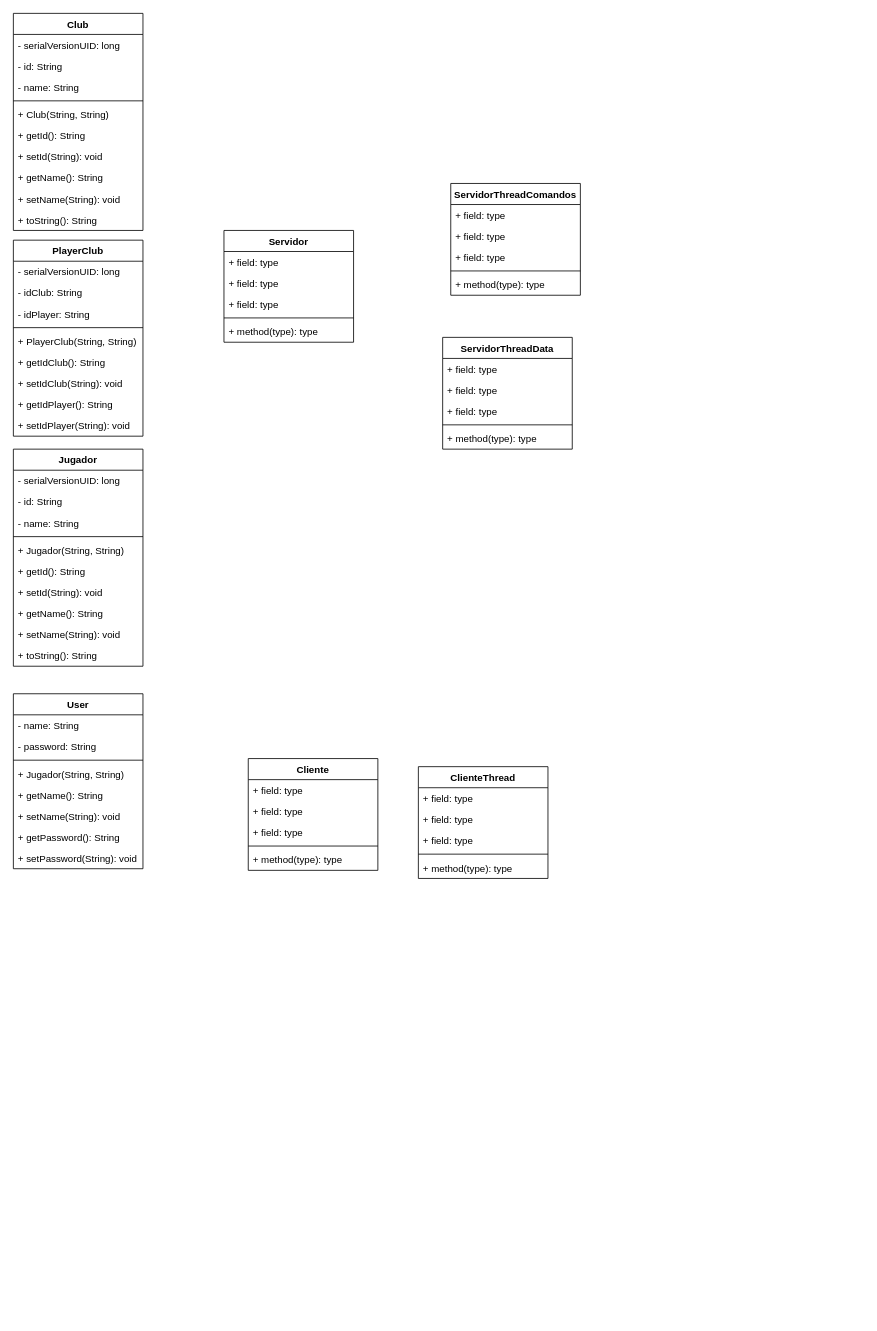
The draw.io diagram GestorDeClubs.drawio in pavlorudak/UML-GestorDeClubes, before the edit. Source tidied: cells renumbered, new cells numbered last; positions are measured from the earlier drawing's top-left corner, leaving out a move shared by most shapes. Both pictures are drawn from the tidied source at 81%, with x=0, y=0 at pixel (13, 13).
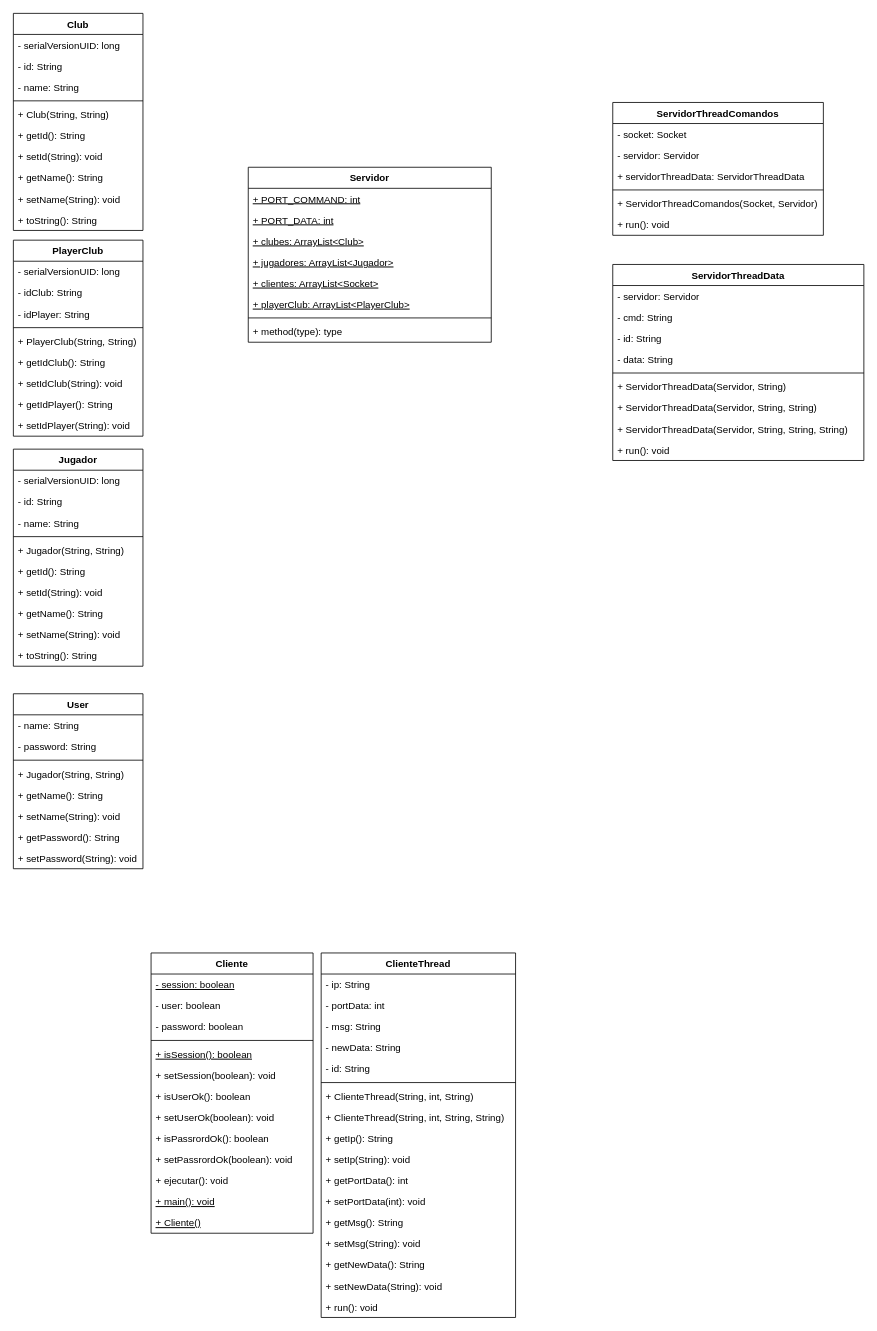
After the change.

Change to the diagram source:
```diff
@@
     <mxCell id="43" value="Servidor" style="swimlane;fontStyle=1;align=center;verticalAlign=top;horizontal=1;startSize=26;" parent="1" vertex="1">
-      <mxGeometry x="260" y="268" width="160" height="138" as="geometry" />
+      <mxGeometry x="290" y="190" width="300" height="216" as="geometry" />
     </mxCell>
-    <mxCell id="44" value="+ field: type" style="text;strokeColor=none;fillColor=none;align=left;verticalAlign=top;spacingLeft=4;spacingRight=4;overflow=hidden;" parent="43" vertex="1">
-      <mxGeometry y="26" width="160" height="26" as="geometry" />
+    <mxCell id="44" value="+ PORT_COMMAND: int" style="text;strokeColor=none;fillColor=none;align=left;verticalAlign=top;spacingLeft=4;spacingRight=4;overflow=hidden;fontStyle=4;" parent="43" vertex="1">
+      <mxGeometry y="26" width="300" height="26" as="geometry" />
     </mxCell>
-    <mxCell id="45" value="+ field: type" style="text;strokeColor=none;fillColor=none;align=left;verticalAlign=top;spacingLeft=4;spacingRight=4;overflow=hidden;" parent="43" vertex="1">
-      <mxGeometry y="52" width="160" height="26" as="geometry" />
+    <mxCell id="45" value="+ PORT_DATA: int" style="text;strokeColor=none;fillColor=none;align=left;verticalAlign=top;spacingLeft=4;spacingRight=4;overflow=hidden;fontStyle=4;" parent="43" vertex="1">
+      <mxGeometry y="52" width="300" height="26" as="geometry" />
     </mxCell>
-    <mxCell id="46" value="+ field: type" style="text;strokeColor=none;fillColor=none;align=left;verticalAlign=top;spacingLeft=4;spacingRight=4;overflow=hidden;" parent="43" vertex="1">
-      <mxGeometry y="78" width="160" height="26" as="geometry" />
+    <mxCell id="46" value="+ clubes: ArrayList&lt;Club&gt;" style="text;strokeColor=none;fillColor=none;align=left;verticalAlign=top;spacingLeft=4;spacingRight=4;overflow=hidden;fontStyle=4;" parent="43" vertex="1">
+      <mxGeometry y="78" width="300" height="26" as="geometry" />
     </mxCell>
+    <mxCell id="73" value="+ jugadores: ArrayList&lt;Jugador&gt;" style="text;strokeColor=none;fillColor=none;align=left;verticalAlign=top;spacingLeft=4;spacingRight=4;overflow=hidden;fontStyle=4;" parent="43" vertex="1">
+      <mxGeometry y="104" width="300" height="26" as="geometry" />
+    </mxCell>
+    <mxCell id="74" value="+ clientes: ArrayList&lt;Socket&gt;" style="text;strokeColor=none;fillColor=none;align=left;verticalAlign=top;spacingLeft=4;spacingRight=4;overflow=hidden;fontStyle=4;" parent="43" vertex="1">
+      <mxGeometry y="130" width="300" height="26" as="geometry" />
+    </mxCell>
+    <mxCell id="75" value="+ playerClub: ArrayList&lt;PlayerClub&gt;" style="text;strokeColor=none;fillColor=none;align=left;verticalAlign=top;spacingLeft=4;spacingRight=4;overflow=hidden;fontStyle=4;" parent="43" vertex="1">
+      <mxGeometry y="156" width="300" height="26" as="geometry" />
+    </mxCell>
     <mxCell id="47" style="line;strokeWidth=1;fillColor=none;align=left;verticalAlign=middle;spacingTop=-1;spacingLeft=3;spacingRight=3;labelPosition=right;strokeColor=inherit;" parent="43" vertex="1">
-      <mxGeometry y="104" width="160" height="8" as="geometry" />
+      <mxGeometry y="182" width="300" height="8" as="geometry" />
     </mxCell>
     <mxCell id="48" value="+ method(type): type" style="text;strokeColor=none;fillColor=none;align=left;verticalAlign=top;spacingLeft=4;spacingRight=4;overflow=hidden;" parent="43" vertex="1">
-      <mxGeometry y="112" width="160" height="26" as="geometry" />
+      <mxGeometry y="190" width="300" height="26" as="geometry" />
     </mxCell>
     <mxCell id="49" value="Cliente" style="swimlane;fontStyle=1;align=center;verticalAlign=top;horizontal=1;startSize=26;" parent="1" vertex="1">
-      <mxGeometry x="290" y="920" width="160" height="138" as="geometry" />
+      <mxGeometry x="170" y="1160" width="200" height="346" as="geometry" />
     </mxCell>
-    <mxCell id="50" value="+ field: type" style="text;strokeColor=none;fillColor=none;align=left;verticalAlign=top;spacingLeft=4;spacingRight=4;overflow=hidden;" parent="49" vertex="1">
-      <mxGeometry y="26" width="160" height="26" as="geometry" />
+    <mxCell id="50" value="- session: boolean" style="text;strokeColor=none;fillColor=none;align=left;verticalAlign=top;spacingLeft=4;spacingRight=4;overflow=hidden;fontStyle=4;" parent="49" vertex="1">
+      <mxGeometry y="26" width="200" height="26" as="geometry" />
     </mxCell>
-    <mxCell id="51" value="+ field: type" style="text;strokeColor=none;fillColor=none;align=left;verticalAlign=top;spacingLeft=4;spacingRight=4;overflow=hidden;" parent="49" vertex="1">
-      <mxGeometry y="52" width="160" height="26" as="geometry" />
+    <mxCell id="51" value="- user: boolean" style="text;strokeColor=none;fillColor=none;align=left;verticalAlign=top;spacingLeft=4;spacingRight=4;overflow=hidden;" parent="49" vertex="1">
+      <mxGeometry y="52" width="200" height="26" as="geometry" />
     </mxCell>
-    <mxCell id="52" value="+ field: type" style="text;strokeColor=none;fillColor=none;align=left;verticalAlign=top;spacingLeft=4;spacingRight=4;overflow=hidden;" parent="49" vertex="1">
-      <mxGeometry y="78" width="160" height="26" as="geometry" />
+    <mxCell id="52" value="- password: boolean" style="text;strokeColor=none;fillColor=none;align=left;verticalAlign=top;spacingLeft=4;spacingRight=4;overflow=hidden;" parent="49" vertex="1">
+      <mxGeometry y="78" width="200" height="26" as="geometry" />
     </mxCell>
     <mxCell id="53" style="line;strokeWidth=1;fillColor=none;align=left;verticalAlign=middle;spacingTop=-1;spacingLeft=3;spacingRight=3;labelPosition=right;strokeColor=inherit;" parent="49" vertex="1">
-      <mxGeometry y="104" width="160" height="8" as="geometry" />
+      <mxGeometry y="104" width="200" height="8" as="geometry" />
     </mxCell>
+    <mxCell id="76" value="+ isSession(): boolean" style="text;strokeColor=none;fillColor=none;align=left;verticalAlign=top;spacingLeft=4;spacingRight=4;overflow=hidden;fontStyle=4;" parent="49" vertex="1">
+      <mxGeometry y="112" width="200" height="26" as="geometry" />
+    </mxCell>
+    <mxCell id="77" value="+ setSession(boolean): void" style="text;strokeColor=none;fillColor=none;align=left;verticalAlign=top;spacingLeft=4;spacingRight=4;overflow=hidden;" parent="49" vertex="1">
+      <mxGeometry y="138" width="200" height="26" as="geometry" />
+    </mxCell>
+    <mxCell id="78" value="+ isUserOk(): boolean" style="text;strokeColor=none;fillColor=none;align=left;verticalAlign=top;spacingLeft=4;spacingRight=4;overflow=hidden;" parent="49" vertex="1">
+      <mxGeometry y="164" width="200" height="26" as="geometry" />
+    </mxCell>
+    <mxCell id="79" value="+ setUserOk(boolean): void" style="text;strokeColor=none;fillColor=none;align=left;verticalAlign=top;spacingLeft=4;spacingRight=4;overflow=hidden;" parent="49" vertex="1">
+      <mxGeometry y="190" width="200" height="26" as="geometry" />
+    </mxCell>
+    <mxCell id="80" value="+ isPassrordOk(): boolean" style="text;strokeColor=none;fillColor=none;align=left;verticalAlign=top;spacingLeft=4;spacingRight=4;overflow=hidden;" parent="49" vertex="1">
+      <mxGeometry y="216" width="200" height="26" as="geometry" />
+    </mxCell>
+    <mxCell id="81" value="+ setPassrordOk(boolean): void" style="text;strokeColor=none;fillColor=none;align=left;verticalAlign=top;spacingLeft=4;spacingRight=4;overflow=hidden;" parent="49" vertex="1">
+      <mxGeometry y="242" width="200" height="26" as="geometry" />
+    </mxCell>
+    <mxCell id="82" value="+ ejecutar(): void" style="text;strokeColor=none;fillColor=none;align=left;verticalAlign=top;spacingLeft=4;spacingRight=4;overflow=hidden;" parent="49" vertex="1">
+      <mxGeometry y="268" width="200" height="26" as="geometry" />
+    </mxCell>
+    <mxCell id="83" value="+ main(): void" style="text;strokeColor=none;fillColor=none;align=left;verticalAlign=top;spacingLeft=4;spacingRight=4;overflow=hidden;fontStyle=4;" parent="49" vertex="1">
+      <mxGeometry y="294" width="200" height="26" as="geometry" />
+    </mxCell>
-    <mxCell id="54" value="+ method(type): type" style="text;strokeColor=none;fillColor=none;align=left;verticalAlign=top;spacingLeft=4;spacingRight=4;overflow=hidden;" parent="49" vertex="1">
-      <mxGeometry y="112" width="160" height="26" as="geometry" />
+    <mxCell id="54" value="+ Cliente()" style="text;strokeColor=none;fillColor=none;align=left;verticalAlign=top;spacingLeft=4;spacingRight=4;overflow=hidden;fontStyle=4;" parent="49" vertex="1">
+      <mxGeometry y="320" width="200" height="26" as="geometry" />
     </mxCell>
     <mxCell id="55" value="ClienteThread" style="swimlane;fontStyle=1;align=center;verticalAlign=top;horizontal=1;startSize=26;" parent="1" vertex="1">
-      <mxGeometry x="500" y="930" width="160" height="138" as="geometry" />
+      <mxGeometry x="380" y="1160" width="240" height="450" as="geometry" />
     </mxCell>
-    <mxCell id="56" value="+ field: type" style="text;strokeColor=none;fillColor=none;align=left;verticalAlign=top;spacingLeft=4;spacingRight=4;overflow=hidden;" parent="55" vertex="1">
-      <mxGeometry y="26" width="160" height="26" as="geometry" />
+    <mxCell id="56" value="- ip: String" style="text;strokeColor=none;fillColor=none;align=left;verticalAlign=top;spacingLeft=4;spacingRight=4;overflow=hidden;" parent="55" vertex="1">
+      <mxGeometry y="26" width="240" height="26" as="geometry" />
     </mxCell>
-    <mxCell id="57" value="+ field: type" style="text;strokeColor=none;fillColor=none;align=left;verticalAlign=top;spacingLeft=4;spacingRight=4;overflow=hidden;" parent="55" vertex="1">
-      <mxGeometry y="52" width="160" height="26" as="geometry" />
+    <mxCell id="57" value="- portData: int" style="text;strokeColor=none;fillColor=none;align=left;verticalAlign=top;spacingLeft=4;spacingRight=4;overflow=hidden;" parent="55" vertex="1">
+      <mxGeometry y="52" width="240" height="26" as="geometry" />
     </mxCell>
-    <mxCell id="58" value="+ field: type" style="text;strokeColor=none;fillColor=none;align=left;verticalAlign=top;spacingLeft=4;spacingRight=4;overflow=hidden;" parent="55" vertex="1">
-      <mxGeometry y="78" width="160" height="26" as="geometry" />
+    <mxCell id="58" value="- msg: String" style="text;strokeColor=none;fillColor=none;align=left;verticalAlign=top;spacingLeft=4;spacingRight=4;overflow=hidden;" parent="55" vertex="1">
+      <mxGeometry y="78" width="240" height="26" as="geometry" />
     </mxCell>
+    <mxCell id="84" value="- newData: String" style="text;strokeColor=none;fillColor=none;align=left;verticalAlign=top;spacingLeft=4;spacingRight=4;overflow=hidden;" parent="55" vertex="1">
+      <mxGeometry y="104" width="240" height="26" as="geometry" />
+    </mxCell>
+    <mxCell id="85" value="- id: String" style="text;strokeColor=none;fillColor=none;align=left;verticalAlign=top;spacingLeft=4;spacingRight=4;overflow=hidden;" parent="55" vertex="1">
+      <mxGeometry y="130" width="240" height="26" as="geometry" />
+    </mxCell>
     <mxCell id="59" style="line;strokeWidth=1;fillColor=none;align=left;verticalAlign=middle;spacingTop=-1;spacingLeft=3;spacingRight=3;labelPosition=right;strokeColor=inherit;" parent="55" vertex="1">
-      <mxGeometry y="104" width="160" height="8" as="geometry" />
+      <mxGeometry y="156" width="240" height="8" as="geometry" />
     </mxCell>
-    <mxCell id="60" value="+ method(type): type" style="text;strokeColor=none;fillColor=none;align=left;verticalAlign=top;spacingLeft=4;spacingRight=4;overflow=hidden;" parent="55" vertex="1">
-      <mxGeometry y="112" width="160" height="26" as="geometry" />
+    <mxCell id="60" value="+ ClienteThread(String, int, String)" style="text;strokeColor=none;fillColor=none;align=left;verticalAlign=top;spacingLeft=4;spacingRight=4;overflow=hidden;" parent="55" vertex="1">
+      <mxGeometry y="164" width="240" height="26" as="geometry" />
     </mxCell>
+    <mxCell id="86" value="+ ClienteThread(String, int, String, String)" style="text;strokeColor=none;fillColor=none;align=left;verticalAlign=top;spacingLeft=4;spacingRight=4;overflow=hidden;" parent="55" vertex="1">
+      <mxGeometry y="190" width="240" height="26" as="geometry" />
+    </mxCell>
+    <mxCell id="87" value="+ getIp(): String" style="text;strokeColor=none;fillColor=none;align=left;verticalAlign=top;spacingLeft=4;spacingRight=4;overflow=hidden;" parent="55" vertex="1">
+      <mxGeometry y="216" width="240" height="26" as="geometry" />
+    </mxCell>
+    <mxCell id="88" value="+ setIp(String): void" style="text;strokeColor=none;fillColor=none;align=left;verticalAlign=top;spacingLeft=4;spacingRight=4;overflow=hidden;" parent="55" vertex="1">
+      <mxGeometry y="242" width="240" height="26" as="geometry" />
+    </mxCell>
+    <mxCell id="89" value="+ getPortData(): int" style="text;strokeColor=none;fillColor=none;align=left;verticalAlign=top;spacingLeft=4;spacingRight=4;overflow=hidden;" parent="55" vertex="1">
+      <mxGeometry y="268" width="240" height="26" as="geometry" />
+    </mxCell>
+    <mxCell id="90" value="+ setPortData(int): void" style="text;strokeColor=none;fillColor=none;align=left;verticalAlign=top;spacingLeft=4;spacingRight=4;overflow=hidden;" parent="55" vertex="1">
+      <mxGeometry y="294" width="240" height="26" as="geometry" />
+    </mxCell>
+    <mxCell id="91" value="+ getMsg(): String" style="text;strokeColor=none;fillColor=none;align=left;verticalAlign=top;spacingLeft=4;spacingRight=4;overflow=hidden;" parent="55" vertex="1">
+      <mxGeometry y="320" width="240" height="26" as="geometry" />
+    </mxCell>
+    <mxCell id="92" value="+ setMsg(String): void" style="text;strokeColor=none;fillColor=none;align=left;verticalAlign=top;spacingLeft=4;spacingRight=4;overflow=hidden;" parent="55" vertex="1">
+      <mxGeometry y="346" width="240" height="26" as="geometry" />
+    </mxCell>
+    <mxCell id="93" value="+ getNewData(): String" style="text;strokeColor=none;fillColor=none;align=left;verticalAlign=top;spacingLeft=4;spacingRight=4;overflow=hidden;" parent="55" vertex="1">
+      <mxGeometry y="372" width="240" height="26" as="geometry" />
+    </mxCell>
+    <mxCell id="94" value="+ setNewData(String): void" style="text;strokeColor=none;fillColor=none;align=left;verticalAlign=top;spacingLeft=4;spacingRight=4;overflow=hidden;" parent="55" vertex="1">
+      <mxGeometry y="398" width="240" height="26" as="geometry" />
+    </mxCell>
+    <mxCell id="95" value="+ run(): void" style="text;strokeColor=none;fillColor=none;align=left;verticalAlign=top;spacingLeft=4;spacingRight=4;overflow=hidden;" parent="55" vertex="1">
+      <mxGeometry y="424" width="240" height="26" as="geometry" />
+    </mxCell>
     <mxCell id="61" value="ServidorThreadComandos" style="swimlane;fontStyle=1;align=center;verticalAlign=top;horizontal=1;startSize=26;" parent="1" vertex="1">
-      <mxGeometry x="540" y="210" width="160" height="138" as="geometry" />
+      <mxGeometry x="740" y="110" width="260" height="164" as="geometry" />
     </mxCell>
-    <mxCell id="62" value="+ field: type" style="text;strokeColor=none;fillColor=none;align=left;verticalAlign=top;spacingLeft=4;spacingRight=4;overflow=hidden;" parent="61" vertex="1">
-      <mxGeometry y="26" width="160" height="26" as="geometry" />
+    <mxCell id="62" value="- socket: Socket" style="text;strokeColor=none;fillColor=none;align=left;verticalAlign=top;spacingLeft=4;spacingRight=4;overflow=hidden;" parent="61" vertex="1">
+      <mxGeometry y="26" width="260" height="26" as="geometry" />
     </mxCell>
-    <mxCell id="63" value="+ field: type" style="text;strokeColor=none;fillColor=none;align=left;verticalAlign=top;spacingLeft=4;spacingRight=4;overflow=hidden;" parent="61" vertex="1">
-      <mxGeometry y="52" width="160" height="26" as="geometry" />
+    <mxCell id="63" value="- servidor: Servidor" style="text;strokeColor=none;fillColor=none;align=left;verticalAlign=top;spacingLeft=4;spacingRight=4;overflow=hidden;" parent="61" vertex="1">
+      <mxGeometry y="52" width="260" height="26" as="geometry" />
     </mxCell>
-    <mxCell id="64" value="+ field: type" style="text;strokeColor=none;fillColor=none;align=left;verticalAlign=top;spacingLeft=4;spacingRight=4;overflow=hidden;" parent="61" vertex="1">
-      <mxGeometry y="78" width="160" height="26" as="geometry" />
+    <mxCell id="64" value="+ servidorThreadData: ServidorThreadData" style="text;strokeColor=none;fillColor=none;align=left;verticalAlign=top;spacingLeft=4;spacingRight=4;overflow=hidden;" parent="61" vertex="1">
+      <mxGeometry y="78" width="260" height="26" as="geometry" />
     </mxCell>
     <mxCell id="65" style="line;strokeWidth=1;fillColor=none;align=left;verticalAlign=middle;spacingTop=-1;spacingLeft=3;spacingRight=3;labelPosition=right;strokeColor=inherit;" parent="61" vertex="1">
-      <mxGeometry y="104" width="160" height="8" as="geometry" />
+      <mxGeometry y="104" width="260" height="8" as="geometry" />
     </mxCell>
-    <mxCell id="66" value="+ method(type): type" style="text;strokeColor=none;fillColor=none;align=left;verticalAlign=top;spacingLeft=4;spacingRight=4;overflow=hidden;" parent="61" vertex="1">
-      <mxGeometry y="112" width="160" height="26" as="geometry" />
+    <mxCell id="66" value="+ ServidorThreadComandos(Socket, Servidor)" style="text;strokeColor=none;fillColor=none;align=left;verticalAlign=top;spacingLeft=4;spacingRight=4;overflow=hidden;" parent="61" vertex="1">
+      <mxGeometry y="112" width="260" height="26" as="geometry" />
     </mxCell>
+    <mxCell id="96" value="+ run(): void" style="text;strokeColor=none;fillColor=none;align=left;verticalAlign=top;spacingLeft=4;spacingRight=4;overflow=hidden;" parent="61" vertex="1">
+      <mxGeometry y="138" width="260" height="26" as="geometry" />
+    </mxCell>
     <mxCell id="67" value="ServidorThreadData" style="swimlane;fontStyle=1;align=center;verticalAlign=top;horizontal=1;startSize=26;" parent="1" vertex="1">
-      <mxGeometry x="530" y="400" width="160" height="138" as="geometry" />
+      <mxGeometry x="740" y="310" width="310" height="242" as="geometry" />
     </mxCell>
-    <mxCell id="68" value="+ field: type" style="text;strokeColor=none;fillColor=none;align=left;verticalAlign=top;spacingLeft=4;spacingRight=4;overflow=hidden;" parent="67" vertex="1">
-      <mxGeometry y="26" width="160" height="26" as="geometry" />
+    <mxCell id="68" value="- servidor: Servidor" style="text;strokeColor=none;fillColor=none;align=left;verticalAlign=top;spacingLeft=4;spacingRight=4;overflow=hidden;" parent="67" vertex="1">
+      <mxGeometry y="26" width="310" height="26" as="geometry" />
     </mxCell>
-    <mxCell id="69" value="+ field: type" style="text;strokeColor=none;fillColor=none;align=left;verticalAlign=top;spacingLeft=4;spacingRight=4;overflow=hidden;" parent="67" vertex="1">
-      <mxGeometry y="52" width="160" height="26" as="geometry" />
+    <mxCell id="69" value="- cmd: String" style="text;strokeColor=none;fillColor=none;align=left;verticalAlign=top;spacingLeft=4;spacingRight=4;overflow=hidden;" parent="67" vertex="1">
+      <mxGeometry y="52" width="310" height="26" as="geometry" />
     </mxCell>
-    <mxCell id="70" value="+ field: type" style="text;strokeColor=none;fillColor=none;align=left;verticalAlign=top;spacingLeft=4;spacingRight=4;overflow=hidden;" parent="67" vertex="1">
-      <mxGeometry y="78" width="160" height="26" as="geometry" />
+    <mxCell id="70" value="- id: String" style="text;strokeColor=none;fillColor=none;align=left;verticalAlign=top;spacingLeft=4;spacingRight=4;overflow=hidden;" parent="67" vertex="1">
+      <mxGeometry y="78" width="310" height="26" as="geometry" />
     </mxCell>
+    <mxCell id="97" value="- data: String" style="text;strokeColor=none;fillColor=none;align=left;verticalAlign=top;spacingLeft=4;spacingRight=4;overflow=hidden;" parent="67" vertex="1">
+      <mxGeometry y="104" width="310" height="26" as="geometry" />
+    </mxCell>
     <mxCell id="71" style="line;strokeWidth=1;fillColor=none;align=left;verticalAlign=middle;spacingTop=-1;spacingLeft=3;spacingRight=3;labelPosition=right;strokeColor=inherit;" parent="67" vertex="1">
-      <mxGeometry y="104" width="160" height="8" as="geometry" />
+      <mxGeometry y="130" width="310" height="8" as="geometry" />
     </mxCell>
-    <mxCell id="72" value="+ method(type): type" style="text;strokeColor=none;fillColor=none;align=left;verticalAlign=top;spacingLeft=4;spacingRight=4;overflow=hidden;" parent="67" vertex="1">
-      <mxGeometry y="112" width="160" height="26" as="geometry" />
+    <mxCell id="72" value="+ ServidorThreadData(Servidor, String)" style="text;strokeColor=none;fillColor=none;align=left;verticalAlign=top;spacingLeft=4;spacingRight=4;overflow=hidden;" parent="67" vertex="1">
+      <mxGeometry y="138" width="310" height="26" as="geometry" />
     </mxCell>
+    <mxCell id="98" value="+ ServidorThreadData(Servidor, String, String)" style="text;strokeColor=none;fillColor=none;align=left;verticalAlign=top;spacingLeft=4;spacingRight=4;overflow=hidden;" parent="67" vertex="1">
+      <mxGeometry y="164" width="310" height="26" as="geometry" />
+    </mxCell>
+    <mxCell id="99" value="+ ServidorThreadData(Servidor, String, String, String)" style="text;strokeColor=none;fillColor=none;align=left;verticalAlign=top;spacingLeft=4;spacingRight=4;overflow=hidden;" parent="67" vertex="1">
+      <mxGeometry y="190" width="310" height="26" as="geometry" />
+    </mxCell>
+    <mxCell id="100" value="+ run(): void" style="text;strokeColor=none;fillColor=none;align=left;verticalAlign=top;spacingLeft=4;spacingRight=4;overflow=hidden;" parent="67" vertex="1">
+      <mxGeometry y="216" width="310" height="26" as="geometry" />
+    </mxCell>
```
